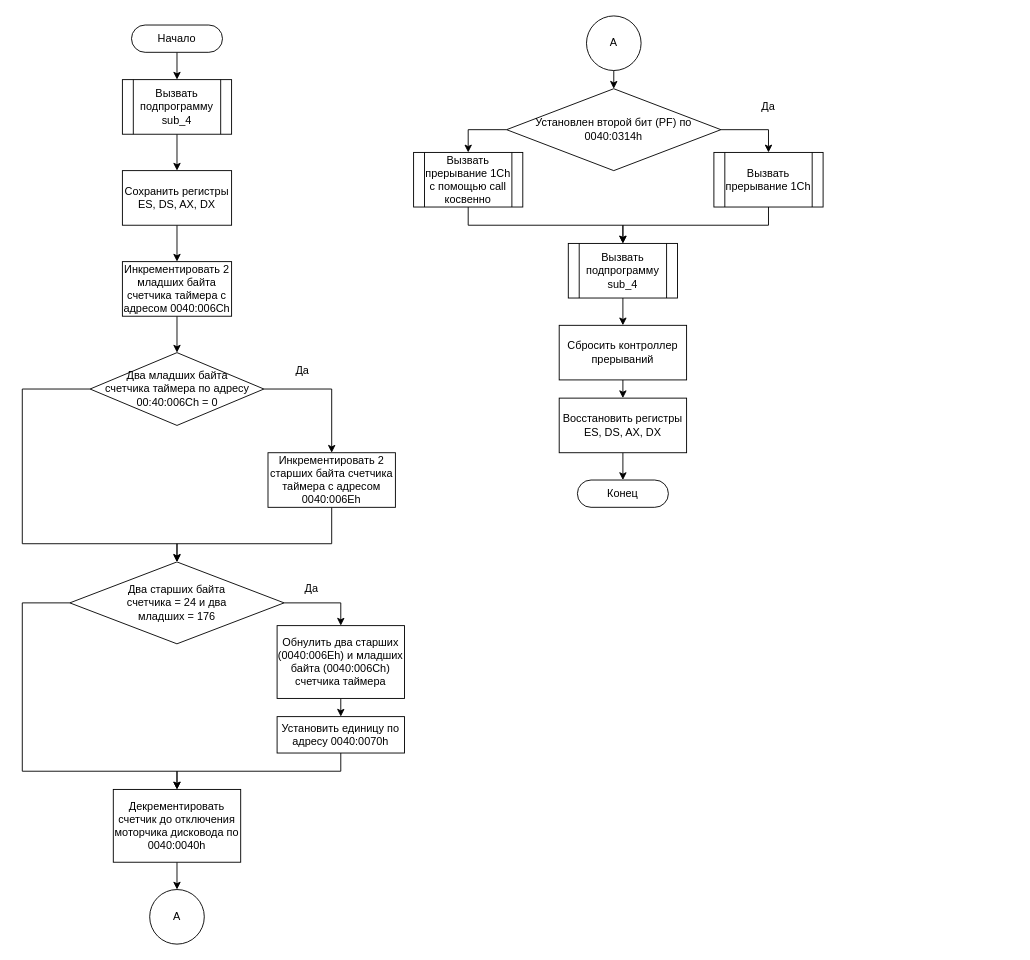
This is page "INT_8H" (1 of 2) of eduSem_5/OS/LR_1/int8h_model.drawio from AndreevAA/BMSTU, a draw.io file, before an edit. Source tidied: cells renumbered, new cells numbered last; positions are measured from the earlier drawing's top-left corner, leaving out a move shared by most shapes. Both pictures are drawn from the tidied source at 91%, with x=0, y=0 at pixel (22, 15).
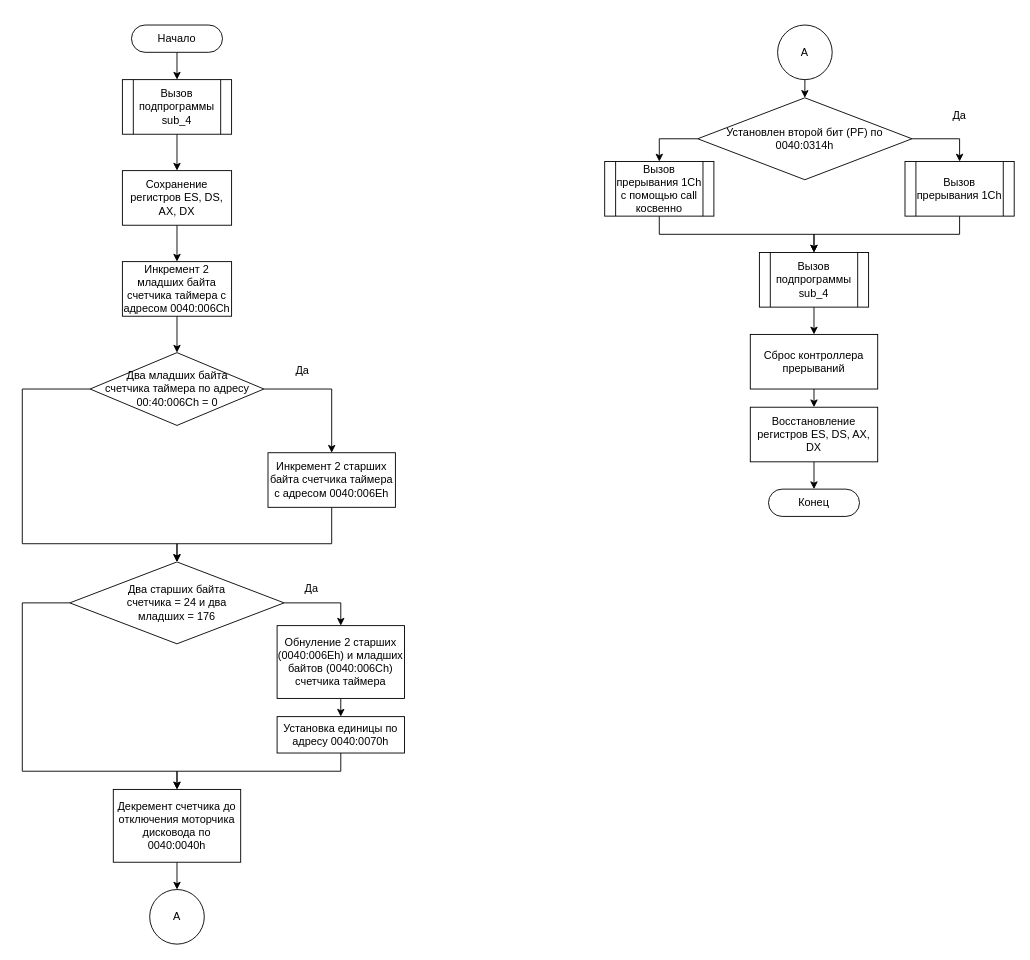
The same page after the edit.

Change to the diagram source:
```diff
@@
-    <mxCell id="5" value="Вызвать подпрограмму sub_4" style="shape=process;whiteSpace=wrap;html=1;backgroundOutline=1;" parent="1" vertex="1">
+    <mxCell id="5" value="Вызов подпрограммы sub_4" style="shape=process;whiteSpace=wrap;html=1;backgroundOutline=1;" parent="1" vertex="1">
       <mxGeometry x="110" y="70" width="120" height="60" as="geometry" />
     </mxCell>
@@
-    <mxCell id="7" value="Сохранить регистры ES, DS, AX, DX" style="rounded=0;whiteSpace=wrap;html=1;" parent="1" vertex="1">
+    <mxCell id="7" value="Сохранение регистров ES, DS, AX, DX" style="rounded=0;whiteSpace=wrap;html=1;" parent="1" vertex="1">
       <mxGeometry x="110" y="170" width="120" height="60" as="geometry" />
     </mxCell>
@@
-    <mxCell id="9" value="Инкрементировать 2 младших байта счетчика таймера с адресом 0040:006Сh" style="rounded=0;whiteSpace=wrap;html=1;" parent="1" vertex="1">
+    <mxCell id="9" value="Инкремент 2 младших байта счетчика таймера с адресом 0040:006Сh" style="rounded=0;whiteSpace=wrap;html=1;" parent="1" vertex="1">
       <mxGeometry x="110" y="270" width="120" height="60" as="geometry" />
     </mxCell>
@@
-    <mxCell id="14" value="Инкрементировать 2 старших байта счетчика таймера с адресом 0040:006Eh" style="rounded=0;whiteSpace=wrap;html=1;" parent="1" vertex="1">
+    <mxCell id="14" value="Инкремент 2 старших байта счетчика таймера с адресом 0040:006Eh" style="rounded=0;whiteSpace=wrap;html=1;" parent="1" vertex="1">
       <mxGeometry x="270" y="480" width="140" height="60" as="geometry" />
     </mxCell>
@@
-    <mxCell id="19" value="Обнулить два старших (0040:006Eh) и младших байта (0040:006Ch) счетчика таймера" style="rounded=0;whiteSpace=wrap;html=1;" parent="1" vertex="1">
+    <mxCell id="19" value="Обнуление 2 старших (0040:006Eh) и младших байтов (0040:006Ch) счетчика таймера" style="rounded=0;whiteSpace=wrap;html=1;" parent="1" vertex="1">
       <mxGeometry x="280" y="670" width="140" height="80" as="geometry" />
     </mxCell>
@@
-    <mxCell id="21" value="Установить единицу по адресу 0040:0070h" style="rounded=0;whiteSpace=wrap;html=1;" parent="1" vertex="1">
+    <mxCell id="21" value="Установка единицы по адресу 0040:0070h" style="rounded=0;whiteSpace=wrap;html=1;" parent="1" vertex="1">
       <mxGeometry x="280" y="770" width="140" height="40" as="geometry" />
     </mxCell>
@@
-    <mxCell id="23" value="Декрементировать счетчик до отключения моторчика дисковода по 0040:0040h" style="rounded=0;whiteSpace=wrap;html=1;" parent="1" vertex="1">
+    <mxCell id="23" value="Декремент счетчика до отключения моторчика дисковода по 0040:0040h" style="rounded=0;whiteSpace=wrap;html=1;" parent="1" vertex="1">
       <mxGeometry x="100" y="850" width="140" height="80" as="geometry" />
     </mxCell>
@@
     <mxCell id="26" value="А" style="ellipse;whiteSpace=wrap;html=1;" parent="1" vertex="1">
-      <mxGeometry x="620" width="60" height="60" as="geometry" />
+      <mxGeometry x="830" y="10" width="60" height="60" as="geometry" />
     </mxCell>
@@
     <mxCell id="29" value="Установлен второй бит (PF) по 0040:0314h" style="rhombus;whiteSpace=wrap;html=1;" parent="1" vertex="1">
-      <mxGeometry x="532.2" y="80" width="235.5" height="90" as="geometry" />
+      <mxGeometry x="742.2" y="90" width="235.5" height="90" as="geometry" />
     </mxCell>
@@
-    <mxCell id="31" value="Вызвать прерывание 1Ch с помощью call косвенно" style="shape=process;whiteSpace=wrap;html=1;backgroundOutline=1;" parent="1" vertex="1">
-      <mxGeometry x="430" y="150" width="120" height="60" as="geometry" />
+    <mxCell id="31" value="Вызов прерывания 1Ch с помощью call косвенно" style="shape=process;whiteSpace=wrap;html=1;backgroundOutline=1;" parent="1" vertex="1">
+      <mxGeometry x="640" y="160" width="120" height="60" as="geometry" />
     </mxCell>
@@
-    <mxCell id="33" value="Вызвать прерывание 1Ch" style="shape=process;whiteSpace=wrap;html=1;backgroundOutline=1;" parent="1" vertex="1">
-      <mxGeometry x="760" y="150" width="120" height="60" as="geometry" />
+    <mxCell id="33" value="Вызов прерывания 1Ch" style="shape=process;whiteSpace=wrap;html=1;backgroundOutline=1;" parent="1" vertex="1">
+      <mxGeometry x="970" y="160" width="120" height="60" as="geometry" />
     </mxCell>
@@
     <mxCell id="36" value="Да" style="text;html=1;strokeColor=none;fillColor=none;align=center;verticalAlign=middle;whiteSpace=wrap;rounded=0;" parent="1" vertex="1">
-      <mxGeometry x="800" y="90" width="40" height="20" as="geometry" />
+      <mxGeometry x="1010" y="100" width="40" height="20" as="geometry" />
     </mxCell>
@@
-    <mxCell id="38" value="Вызвать подпрограмму sub_4" style="shape=process;whiteSpace=wrap;html=1;backgroundOutline=1;" parent="1" vertex="1">
-      <mxGeometry x="600" y="250" width="120" height="60" as="geometry" />
+    <mxCell id="38" value="Вызов подпрограммы sub_4" style="shape=process;whiteSpace=wrap;html=1;backgroundOutline=1;" parent="1" vertex="1">
+      <mxGeometry x="810" y="260" width="120" height="60" as="geometry" />
     </mxCell>
@@
-    <mxCell id="40" value="Сбросить контроллер прерываний" style="rounded=0;whiteSpace=wrap;html=1;" parent="1" vertex="1">
-      <mxGeometry x="590" y="340" width="140" height="60" as="geometry" />
+    <mxCell id="40" value="Сброс контроллера прерываний" style="rounded=0;whiteSpace=wrap;html=1;" parent="1" vertex="1">
+      <mxGeometry x="800" y="350" width="140" height="60" as="geometry" />
     </mxCell>
@@
-    <mxCell id="42" value="Восстановить регистры ES, DS, AX, DX" style="rounded=0;whiteSpace=wrap;html=1;" parent="1" vertex="1">
-      <mxGeometry x="590" y="420" width="140" height="60" as="geometry" />
+    <mxCell id="42" value="Восстановление регистров ES, DS, AX, DX" style="rounded=0;whiteSpace=wrap;html=1;" parent="1" vertex="1">
+      <mxGeometry x="800" y="430" width="140" height="60" as="geometry" />
     </mxCell>
     <mxCell id="43" value="Конец" style="rounded=1;whiteSpace=wrap;html=1;arcSize=50;" parent="1" vertex="1">
-      <mxGeometry x="610" y="510" width="100" height="30" as="geometry" />
+      <mxGeometry x="820" y="520" width="100" height="30" as="geometry" />
     </mxCell>
```
